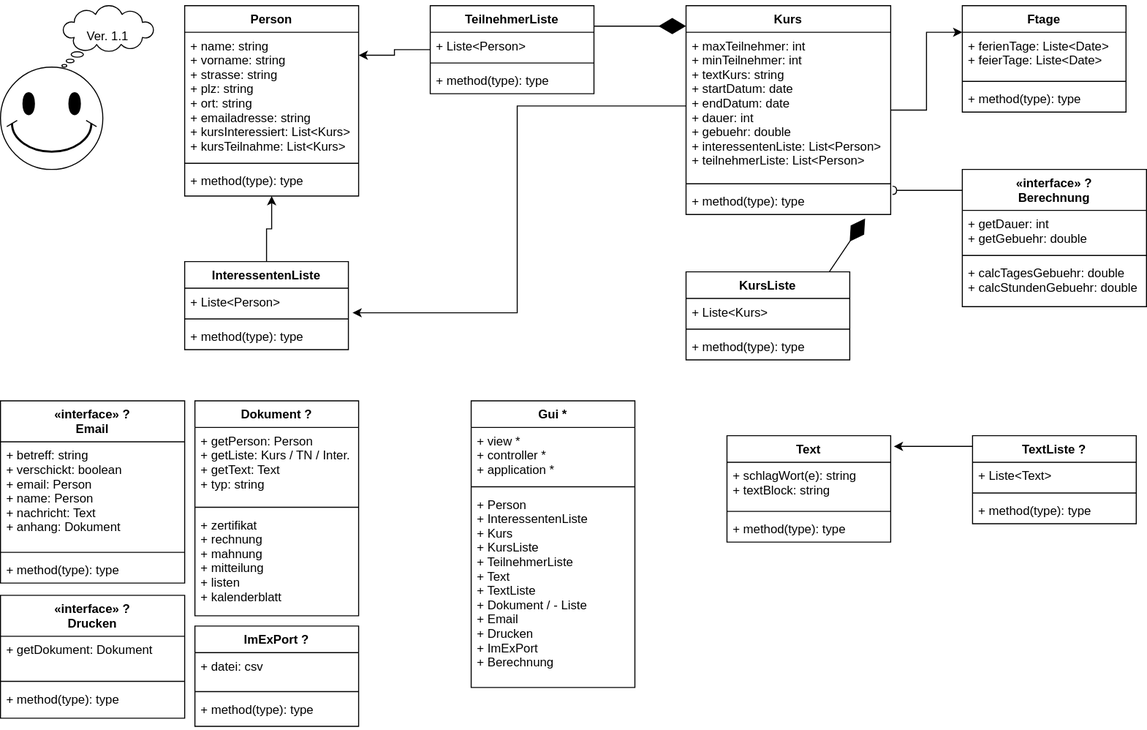
Earlier version of the draw.io export doc/plan01.1.svg (ennouali2014/SWE-M07). Source tidied: cells renumbered, new cells last; positions are measured from the earlier drawing's top-left corner, leaving out a move shared by most shapes.
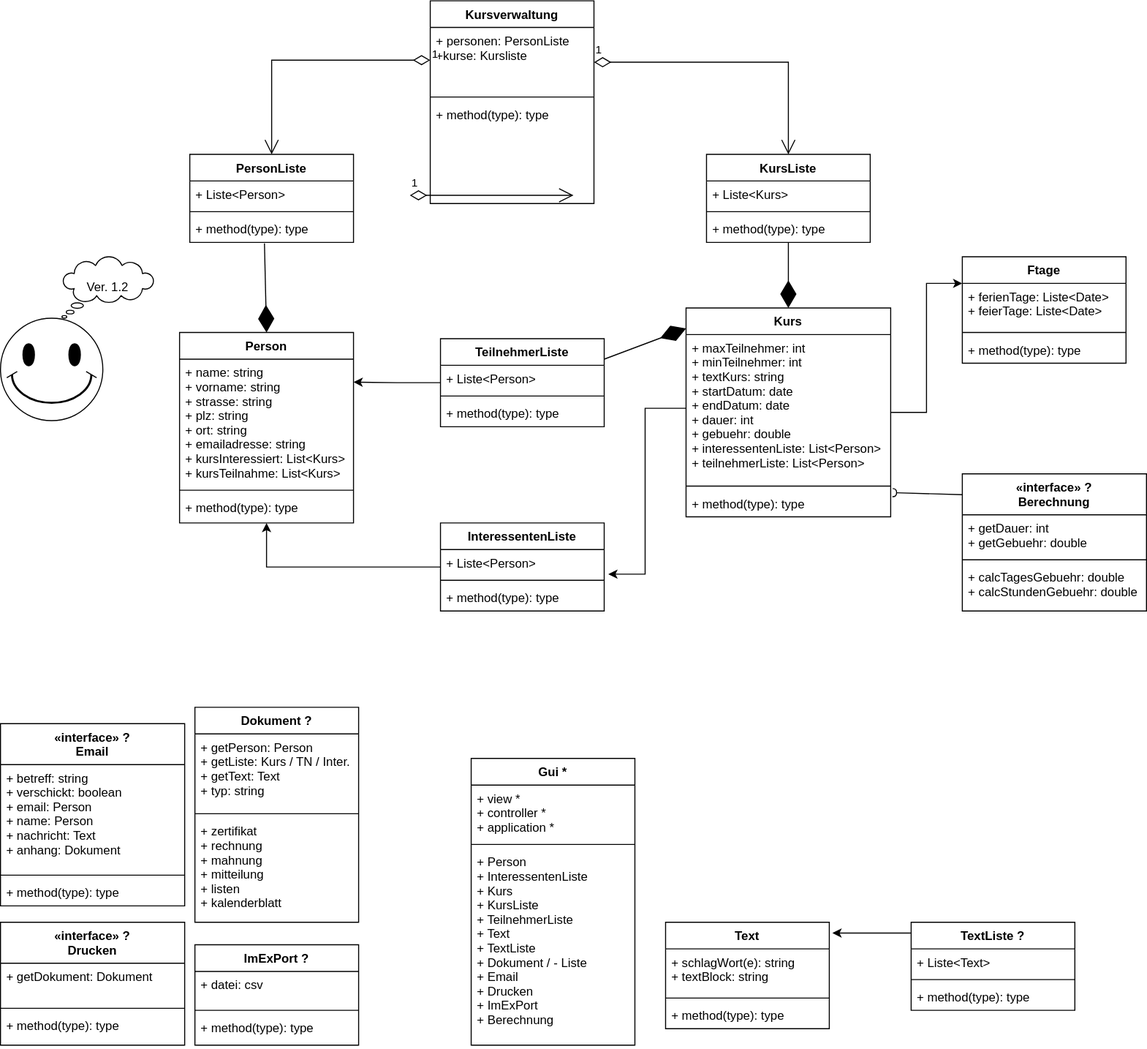
Later version of the same file.

Commit message:
UML angepasst mit Kursliste und Personenliste

What changed in the source:
```diff
@@ -6,7 +6,7 @@
       <mxGeometry y="60" width="100" height="100" as="geometry" />
     </mxCell>
     <mxCell id="3" value="Person" style="swimlane;fontStyle=1;align=center;verticalAlign=top;horizontal=1;startSize=26;" parent="1" vertex="1">
-      <mxGeometry x="180" width="170" height="186" as="geometry" />
+      <mxGeometry x="175" y="74" width="170" height="186" as="geometry" />
     </mxCell>
     <mxCell id="4" value="+ name: string&#10;+ vorname: string&#10;+ strasse: string&#10;+ plz: string&#10;+ ort: string&#10;+ emailadresse: string&#10;+ kursInteressiert: List&lt;Kurs&gt;&#10;+ kursTeilnahme: List&lt;Kurs&gt;" style="text;strokeColor=none;fillColor=none;align=left;verticalAlign=top;spacingLeft=4;spacingRight=4;overflow=hidden;points=[[0,0.5],[1,0.5]];portConstraint=eastwest;" parent="3" vertex="1">
       <mxGeometry y="26" width="170" height="124" as="geometry" />
@@ -21,7 +21,7 @@
       <mxGeometry relative="1" as="geometry" />
     </mxCell>
     <mxCell id="8" value="TeilnehmerListe" style="swimlane;fontStyle=1;align=center;verticalAlign=top;horizontal=1;startSize=26;" parent="1" vertex="1">
-      <mxGeometry x="420" width="160" height="86" as="geometry" />
+      <mxGeometry x="430" y="80" width="160" height="86" as="geometry" />
     </mxCell>
     <mxCell id="9" value="+ Liste&lt;Person&gt;" style="text;strokeColor=none;fillColor=none;align=left;verticalAlign=top;spacingLeft=4;spacingRight=4;overflow=hidden;" parent="8" vertex="1">
       <mxGeometry y="26" width="160" height="26" as="geometry" />
@@ -36,7 +36,7 @@
       <mxGeometry relative="1" as="geometry" />
     </mxCell>
     <mxCell id="13" value="InteressentenListe" style="swimlane;fontStyle=1;align=center;verticalAlign=top;horizontal=1;startSize=26;" parent="1" vertex="1">
-      <mxGeometry x="180" y="250" width="160" height="86" as="geometry" />
+      <mxGeometry x="430" y="260" width="160" height="86" as="geometry" />
     </mxCell>
     <mxCell id="14" value="+ Liste&lt;Person&gt;" style="text;strokeColor=none;fillColor=none;align=left;verticalAlign=top;spacingLeft=4;spacingRight=4;overflow=hidden;points=[[0,0.5],[1,0.5]];portConstraint=eastwest;" parent="13" vertex="1">
       <mxGeometry y="26" width="160" height="26" as="geometry" />
@@ -51,7 +51,7 @@
       <mxGeometry relative="1" as="geometry" />
     </mxCell>
     <mxCell id="18" value="Kurs" style="swimlane;fontStyle=1;align=center;verticalAlign=top;horizontal=1;startSize=26;" parent="1" vertex="1">
-      <mxGeometry x="670" width="200" height="204" as="geometry" />
+      <mxGeometry x="670" y="50" width="200" height="204" as="geometry" />
     </mxCell>
     <mxCell id="19" value="+ maxTeilnehmer: int&#10;+ minTeilnehmer: int&#10;+ textKurs: string&#10;+ startDatum: date&#10;+ endDatum: date&#10;+ dauer: int&#10;+ gebuehr: double&#10;+ interessentenListe: List&lt;Person&gt;&#10;+ teilnehmerListe: List&lt;Person&gt;" style="text;strokeColor=none;fillColor=none;align=left;verticalAlign=top;spacingLeft=4;spacingRight=4;overflow=hidden;points=[[0,0.5],[1,0.5]];portConstraint=eastwest;" parent="18" vertex="1">
       <mxGeometry y="26" width="200" height="144" as="geometry" />
@@ -63,7 +63,7 @@
       <mxGeometry y="178" width="200" height="26" as="geometry" />
     </mxCell>
     <mxCell id="22" value="KursListe" style="swimlane;fontStyle=1;align=center;verticalAlign=top;horizontal=1;startSize=26;" parent="1" vertex="1">
-      <mxGeometry x="670" y="260" width="160" height="86" as="geometry" />
+      <mxGeometry x="690" y="-100" width="160" height="86" as="geometry" />
     </mxCell>
     <mxCell id="23" value="+ Liste&lt;Kurs&gt;" style="text;strokeColor=none;fillColor=none;align=left;verticalAlign=top;spacingLeft=4;spacingRight=4;overflow=hidden;" parent="22" vertex="1">
       <mxGeometry y="26" width="160" height="26" as="geometry" />
@@ -86,7 +86,7 @@
     <mxCell id="29" value="+ method(type): type" style="text;strokeColor=none;fillColor=none;align=left;verticalAlign=top;spacingLeft=4;spacingRight=4;overflow=hidden;" parent="26" vertex="1">
       <mxGeometry y="78" width="160" height="26" as="geometry" />
     </mxCell>
-    <mxCell id="30" style="endArrow=diamondThin;endFill=1;endSize=24;html=1;rounded=0;exitX=0.875;exitY=0;exitDx=0;exitDy=0;exitPerimeter=0;entryX=0.875;entryY=1.154;entryDx=0;entryDy=0;entryPerimeter=0;" parent="1" edge="1" source="22" target="21">
+    <mxCell id="30" style="endArrow=diamondThin;endFill=1;endSize=24;html=1;rounded=0;entryX=0.5;entryY=0;entryDx=0;entryDy=0;" parent="1" edge="1" source="25" target="18">
       <mxGeometry relative="1" as="geometry" />
     </mxCell>
     <mxCell id="31" style="endArrow=diamondThin;endFill=1;endSize=24;html=1;rounded=0;exitX=1;exitY=0.233;exitDx=0;exitDy=0;exitPerimeter=0;entryX=0;entryY=0.098;entryDx=0;entryDy=0;entryPerimeter=0;" parent="1" edge="1" source="8" target="18">
@@ -99,7 +99,7 @@
       <mxGeometry relative="1" as="geometry" />
     </mxCell>
     <mxCell id="34" value="TextListe ?" style="swimlane;fontStyle=1;align=center;verticalAlign=top;horizontal=1;startSize=26;" parent="1" vertex="1">
-      <mxGeometry x="950" y="420" width="160" height="86" as="geometry" />
+      <mxGeometry x="890" y="650" width="160" height="86" as="geometry" />
     </mxCell>
     <mxCell id="35" value="+ Liste&lt;Text&gt;" style="text;strokeColor=none;fillColor=none;align=left;verticalAlign=top;spacingLeft=4;spacingRight=4;overflow=hidden;" parent="34" vertex="1">
       <mxGeometry y="26" width="160" height="26" as="geometry" />
@@ -111,7 +111,7 @@
       <mxGeometry y="60" width="160" height="26" as="geometry" />
     </mxCell>
     <mxCell id="38" value="Text" style="swimlane;fontStyle=1;align=center;verticalAlign=top;horizontal=1;startSize=26;" parent="1" vertex="1">
-      <mxGeometry x="710" y="420" width="160" height="104" as="geometry" />
+      <mxGeometry x="650" y="650" width="160" height="104" as="geometry" />
     </mxCell>
     <mxCell id="39" value="+ schlagWort(e): string&#10;+ textBlock: string" style="text;strokeColor=none;fillColor=none;align=left;verticalAlign=top;spacingLeft=4;spacingRight=4;overflow=hidden;" parent="38" vertex="1">
       <mxGeometry y="26" width="160" height="44" as="geometry" />
@@ -126,7 +126,7 @@
       <mxGeometry relative="1" as="geometry" />
     </mxCell>
     <mxCell id="43" value="«interface» ?&#10;Berechnung" style="swimlane;fontStyle=1;align=center;verticalAlign=top;horizontal=1;startSize=40;" parent="1" vertex="1">
-      <mxGeometry x="940" y="160" width="180" height="134" as="geometry" />
+      <mxGeometry x="940" y="212" width="180" height="134" as="geometry" />
     </mxCell>
     <mxCell id="44" value="+ getDauer: int&#10;+ getGebuehr: double" style="text;strokeColor=none;fillColor=none;align=left;verticalAlign=top;spacingLeft=4;spacingRight=4;overflow=hidden;" parent="43" vertex="1">
       <mxGeometry y="40" width="180" height="40" as="geometry" />
@@ -138,7 +138,7 @@
       <mxGeometry y="88" width="180" height="46" as="geometry" />
     </mxCell>
     <mxCell id="47" value="«interface» ?&#10;Email" style="swimlane;fontStyle=1;align=center;verticalAlign=top;horizontal=1;startSize=40;" parent="1" vertex="1">
-      <mxGeometry y="386" width="180" height="178" as="geometry" />
+      <mxGeometry y="456" width="180" height="178" as="geometry" />
     </mxCell>
     <mxCell id="48" value="+ betreff: string&#10;+ verschickt: boolean&#10;+ email: Person&#10;+ name: Person&#10;+ nachricht: Text&#10;+ anhang: Dokument" style="text;strokeColor=none;fillColor=none;align=left;verticalAlign=top;spacingLeft=4;spacingRight=4;overflow=hidden;" parent="47" vertex="1">
       <mxGeometry y="40" width="180" height="104" as="geometry" />
@@ -150,7 +150,7 @@
       <mxGeometry y="152" width="180" height="26" as="geometry" />
     </mxCell>
     <mxCell id="51" value="Dokument ?" style="swimlane;fontStyle=1;align=center;verticalAlign=top;horizontal=1;startSize=26;" parent="1" vertex="1">
-      <mxGeometry x="190" y="386" width="160" height="210" as="geometry" />
+      <mxGeometry x="190" y="440" width="160" height="210" as="geometry" />
     </mxCell>
     <mxCell id="52" value="+ getPerson: Person&#10;+ getListe: Kurs / TN / Inter.&#10;+ getText: Text&#10;+ typ: string" style="text;strokeColor=none;fillColor=none;align=left;verticalAlign=top;spacingLeft=4;spacingRight=4;overflow=hidden;" parent="51" vertex="1">
       <mxGeometry y="26" width="160" height="74" as="geometry" />
@@ -162,7 +162,7 @@
       <mxGeometry y="108" width="160" height="102" as="geometry" />
     </mxCell>
     <mxCell id="55" value="«interface» ?&#10;Drucken" style="swimlane;fontStyle=1;align=center;verticalAlign=top;horizontal=1;startSize=40;" parent="1" vertex="1">
-      <mxGeometry y="576" width="180" height="120" as="geometry" />
+      <mxGeometry y="650" width="180" height="120" as="geometry" />
     </mxCell>
     <mxCell id="56" value="+ getDokument: Dokument" style="text;strokeColor=none;fillColor=none;align=left;verticalAlign=top;spacingLeft=4;spacingRight=4;overflow=hidden;" parent="55" vertex="1">
       <mxGeometry y="40" width="180" height="40" as="geometry" />
@@ -174,7 +174,7 @@
       <mxGeometry y="88" width="180" height="32" as="geometry" />
     </mxCell>
     <mxCell id="59" value="ImExPort ?" style="swimlane;fontStyle=1;align=center;verticalAlign=top;horizontal=1;startSize=26;" parent="1" vertex="1">
-      <mxGeometry x="190" y="606" width="160" height="98" as="geometry" />
+      <mxGeometry x="190" y="672" width="160" height="98" as="geometry" />
     </mxCell>
     <mxCell id="60" value="+ datei: csv" style="text;strokeColor=none;fillColor=none;align=left;verticalAlign=top;spacingLeft=4;spacingRight=4;overflow=hidden;" parent="59" vertex="1">
       <mxGeometry y="26" width="160" height="34" as="geometry" />
@@ -186,7 +186,7 @@
       <mxGeometry y="68" width="160" height="30" as="geometry" />
     </mxCell>
     <mxCell id="63" value="Gui *" style="swimlane;fontStyle=1;align=center;verticalAlign=top;horizontal=1;startSize=26;" parent="1" vertex="1">
-      <mxGeometry x="460" y="386" width="160" height="280" as="geometry" />
+      <mxGeometry x="460" y="490" width="160" height="280" as="geometry" />
     </mxCell>
     <mxCell id="64" value="+ view *&#10;+ controller *&#10;+ application *" style="text;strokeColor=none;fillColor=none;align=left;verticalAlign=top;spacingLeft=4;spacingRight=4;overflow=hidden;" parent="63" vertex="1">
       <mxGeometry y="26" width="160" height="54" as="geometry" />
@@ -197,8 +197,49 @@
     <mxCell id="66" value="+ Person&#10;+ InteressentenListe&#10;+ Kurs&#10;+ KursListe&#10;+ TeilnehmerListe&#10;+ Text&#10;+ TextListe&#10;+ Dokument / - Liste&#10;+ Email&#10;+ Drucken&#10;+ ImExPort&#10;+ Berechnung" style="text;strokeColor=none;fillColor=none;align=left;verticalAlign=top;spacingLeft=4;spacingRight=4;overflow=hidden;" parent="63" vertex="1">
       <mxGeometry y="88" width="160" height="192" as="geometry" />
     </mxCell>
-    <mxCell id="67" value="Ver. 1.1" style="whiteSpace=wrap;html=1;shape=mxgraph.basic.cloud_callout;" parent="1" vertex="1">
+    <mxCell id="67" value="Ver. 1.2" style="whiteSpace=wrap;html=1;shape=mxgraph.basic.cloud_callout;" parent="1" vertex="1">
       <mxGeometry x="60" width="90" height="60" as="geometry" />
     </mxCell>
+    <mxCell id="68" value="PersonListe" style="swimlane;fontStyle=1;align=center;verticalAlign=top;horizontal=1;startSize=26;" parent="1" vertex="1">
+      <mxGeometry x="185" y="-100" width="160" height="86" as="geometry" />
+    </mxCell>
+    <mxCell id="69" value="+ Liste&lt;Person&gt;" style="text;strokeColor=none;fillColor=none;align=left;verticalAlign=top;spacingLeft=4;spacingRight=4;overflow=hidden;" parent="68" vertex="1">
+      <mxGeometry y="26" width="160" height="26" as="geometry" />
+    </mxCell>
+    <mxCell id="70" style="line;strokeWidth=1;fillColor=none;align=left;verticalAlign=middle;spacingTop=-1;spacingLeft=3;spacingRight=3;labelPosition=right;" parent="68" vertex="1">
+      <mxGeometry y="52" width="160" height="8" as="geometry" />
+    </mxCell>
+    <mxCell id="71" value="+ method(type): type" style="text;strokeColor=none;fillColor=none;align=left;verticalAlign=top;spacingLeft=4;spacingRight=4;overflow=hidden;points=[[0,0.5],[1,0.5]];portConstraint=eastwest;" parent="68" vertex="1">
+      <mxGeometry y="60" width="160" height="26" as="geometry" />
+    </mxCell>
+    <mxCell id="72" style="endArrow=diamondThin;endFill=1;endSize=24;html=1;rounded=0;entryX=0.5;entryY=0;entryDx=0;entryDy=0;exitX=0.456;exitY=1.038;exitDx=0;exitDy=0;exitPerimeter=0;" parent="1" edge="1" source="71" target="3">
+      <mxGeometry relative="1" as="geometry" />
+    </mxCell>
+    <mxCell id="73" value="Kursverwaltung" style="swimlane;fontStyle=1;align=center;verticalAlign=top;horizontal=1;startSize=26;" parent="1" vertex="1">
+      <mxGeometry x="420" y="-250" width="160" height="198" as="geometry" />
+    </mxCell>
+    <mxCell id="74" value="+ personen: PersonListe&#10;+kurse: Kursliste" style="text;strokeColor=none;fillColor=none;align=left;verticalAlign=top;spacingLeft=4;spacingRight=4;overflow=hidden;points=[[0,0.5],[1,0.5]];portConstraint=eastwest;" parent="73" vertex="1">
+      <mxGeometry y="26" width="160" height="64" as="geometry" />
+    </mxCell>
+    <mxCell id="75" style="line;strokeWidth=1;fillColor=none;align=left;verticalAlign=middle;spacingTop=-1;spacingLeft=3;spacingRight=3;labelPosition=right;" parent="73" vertex="1">
+      <mxGeometry y="90" width="160" height="8" as="geometry" />
+    </mxCell>
+    <mxCell id="76" value="+ method(type): type" style="text;strokeColor=none;fillColor=none;align=left;verticalAlign=top;spacingLeft=4;spacingRight=4;overflow=hidden;" parent="73" vertex="1">
+      <mxGeometry y="98" width="160" height="100" as="geometry" />
+    </mxCell>
+    <mxCell id="77" value="1" style="endArrow=open;html=1;endSize=12;startArrow=diamondThin;startSize=14;startFill=0;edgeStyle=orthogonalEdgeStyle;align=left;verticalAlign=bottom;rounded=0;" parent="1" edge="1">
+      <mxGeometry x="-1" y="3" relative="1" as="geometry">
+        <mxPoint x="400" y="-60" as="sourcePoint" />
+        <mxPoint x="560" y="-60" as="targetPoint" />
+      </mxGeometry>
+    </mxCell>
+    <mxCell id="78" value="1" style="endArrow=open;html=1;endSize=12;startArrow=diamondThin;startSize=14;startFill=0;edgeStyle=orthogonalEdgeStyle;align=left;verticalAlign=bottom;rounded=0;entryX=0.5;entryY=0;entryDx=0;entryDy=0;" parent="1" edge="1" target="22">
+      <mxGeometry x="-1" y="3" relative="1" as="geometry">
+        <mxPoint x="580" y="-190" as="sourcePoint" />
+      </mxGeometry>
+    </mxCell>
+    <mxCell id="79" value="1" style="endArrow=open;html=1;endSize=12;startArrow=diamondThin;startSize=14;startFill=0;edgeStyle=orthogonalEdgeStyle;align=left;verticalAlign=bottom;rounded=0;exitX=0;exitY=0.5;exitDx=0;exitDy=0;entryX=0.5;entryY=0;entryDx=0;entryDy=0;" parent="1" edge="1" source="74" target="68">
+      <mxGeometry x="-1" y="3" relative="1" as="geometry" />
+    </mxCell>
   </root>
 </mxGraphModel>
```
